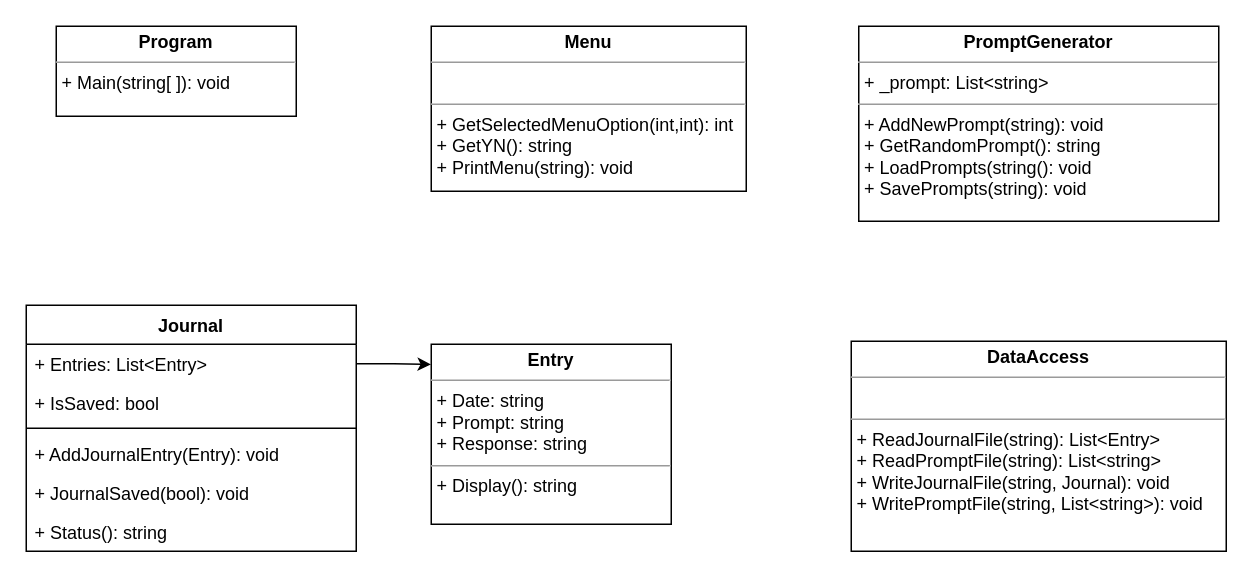
Above: prove/Develop02/ClassDiagram.drawio in pdmostert/cse210-hw (draw.io), before the change. Source tidied: cells renumbered, new cells numbered last; positions are measured from the earlier drawing's top-left corner, leaving out a move shared by most shapes. Both pictures are drawn from the tidied source at 150%, with x=0, y=0 at pixel (26, 26).
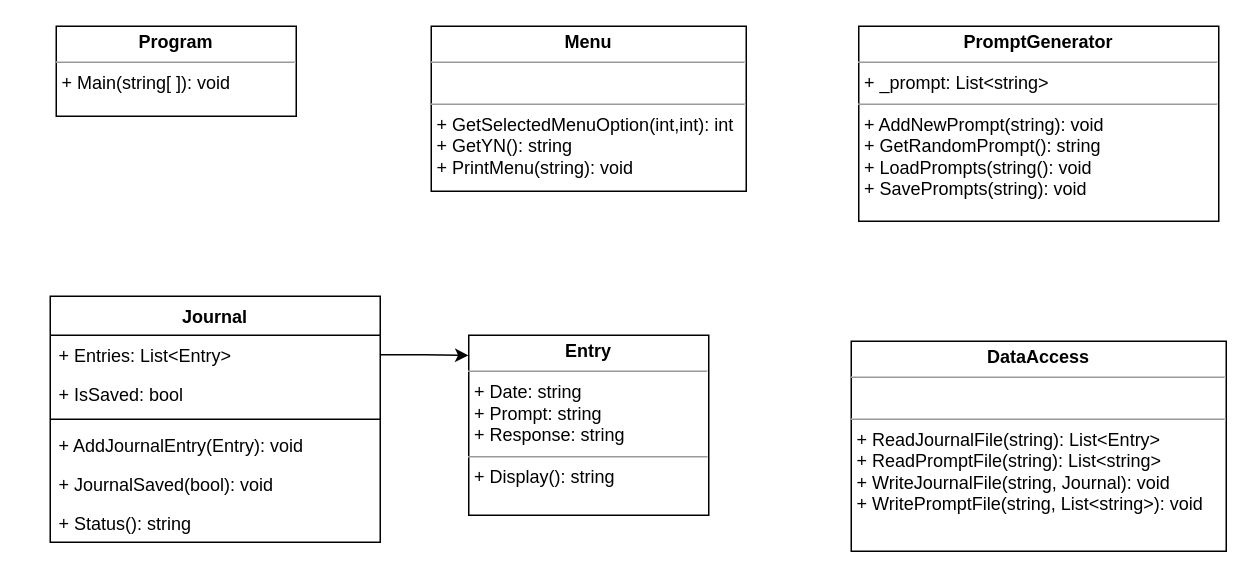
Above is the later version.

Commit message (it also covers changes not shown here):
Updated Entry get properties

What changed in the source:
```diff
@@
-<mxGraphModel>
+<mxGraphModel background="#ffffff">
   <root>
     <mxCell id="0" />
     <mxCell id="1" parent="0" />
-    <mxCell id="2" value="Journal" style="swimlane;fontStyle=1;align=center;verticalAlign=top;horizontal=1;startSize=26;" parent="1" vertex="1">
-      <mxGeometry y="186" width="220" height="164" as="geometry" />
+    <mxCell id="2" value="Journal" style="swimlane;fontStyle=1;align=center;verticalAlign=top;horizontal=1;startSize=26;labelBackgroundColor=default;" parent="1" vertex="1">
+      <mxGeometry x="16" y="180" width="220" height="164" as="geometry" />
     </mxCell>
-    <mxCell id="3" value="+ Entries: List&lt;Entry&gt;&#10;" style="text;strokeColor=none;fillColor=none;align=left;verticalAlign=top;spacingLeft=4;spacingRight=4;overflow=hidden;points=[[0,0.5],[1,0.5]];portConstraint=eastwest;" parent="2" vertex="1">
+    <mxCell id="3" value="+ Entries: List&lt;Entry&gt;" style="text;strokeColor=none;fillColor=none;align=left;verticalAlign=top;spacingLeft=4;spacingRight=4;overflow=hidden;points=[[0,0.5],[1,0.5]];portConstraint=eastwest;labelBorderColor=none;labelBackgroundColor=default;" parent="2" vertex="1">
       <mxGeometry y="26" width="220" height="26" as="geometry" />
     </mxCell>
-    <mxCell id="4" value="+ IsSaved: bool&#10;" style="text;strokeColor=none;fillColor=none;align=left;verticalAlign=top;spacingLeft=4;spacingRight=4;overflow=hidden;" parent="2" vertex="1">
+    <mxCell id="4" value="+ IsSaved: bool&#10;" style="text;strokeColor=none;fillColor=none;align=left;verticalAlign=top;spacingLeft=4;spacingRight=4;overflow=hidden;labelBackgroundColor=default;" parent="2" vertex="1">
       <mxGeometry y="52" width="220" height="26" as="geometry" />
     </mxCell>
     <mxCell id="5" style="line;strokeWidth=1;fillColor=none;align=left;verticalAlign=middle;spacingTop=-1;spacingLeft=3;spacingRight=3;labelPosition=right;" parent="2" vertex="1">
       <mxGeometry y="78" width="220" height="8" as="geometry" />
     </mxCell>
-    <mxCell id="6" value="+ AddJournalEntry(Entry): void" style="text;strokeColor=none;fillColor=none;align=left;verticalAlign=top;spacingLeft=4;spacingRight=4;overflow=hidden;" parent="2" vertex="1">
+    <mxCell id="6" value="+ AddJournalEntry(Entry): void" style="text;strokeColor=none;fillColor=none;align=left;verticalAlign=top;spacingLeft=4;spacingRight=4;overflow=hidden;labelBackgroundColor=default;" parent="2" vertex="1">
       <mxGeometry y="86" width="220" height="26" as="geometry" />
     </mxCell>
-    <mxCell id="7" value="+ JournalSaved(bool): void" style="text;strokeColor=none;fillColor=none;align=left;verticalAlign=top;spacingLeft=4;spacingRight=4;overflow=hidden;" parent="2" vertex="1">
+    <mxCell id="7" value="+ JournalSaved(bool): void" style="text;strokeColor=none;fillColor=none;align=left;verticalAlign=top;spacingLeft=4;spacingRight=4;overflow=hidden;labelBackgroundColor=default;" parent="2" vertex="1">
       <mxGeometry y="112" width="220" height="26" as="geometry" />
     </mxCell>
-    <mxCell id="8" value="+ Status(): string" style="text;strokeColor=none;fillColor=none;align=left;verticalAlign=top;spacingLeft=4;spacingRight=4;overflow=hidden;" parent="2" vertex="1">
+    <mxCell id="8" value="+ Status(): string" style="text;strokeColor=none;fillColor=none;align=left;verticalAlign=top;spacingLeft=4;spacingRight=4;overflow=hidden;labelBackgroundColor=default;" parent="2" vertex="1">
       <mxGeometry y="138" width="220" height="26" as="geometry" />
     </mxCell>
     <mxCell id="9" value="&lt;p style=&quot;margin:0px;margin-top:4px;text-align:center;&quot;&gt;&lt;b&gt;Entry&lt;/b&gt;&lt;/p&gt;&lt;hr size=&quot;1&quot;&gt;&lt;p style=&quot;margin:0px;margin-left:4px;&quot;&gt;+ Date: string&lt;/p&gt;&lt;p style=&quot;margin:0px;margin-left:4px;&quot;&gt;+ Prompt: string&lt;br&gt;&lt;/p&gt;&lt;p style=&quot;margin:0px;margin-left:4px;&quot;&gt;+ Response: string&lt;/p&gt;&lt;hr size=&quot;1&quot;&gt;&lt;p style=&quot;margin:0px;margin-left:4px;&quot;&gt;+ Display(): string&lt;/p&gt;" style="verticalAlign=top;align=left;overflow=fill;fontSize=12;fontFamily=Helvetica;html=1;" parent="1" vertex="1">
-      <mxGeometry x="270" y="212" width="160" height="120" as="geometry" />
+      <mxGeometry x="295" y="206" width="160" height="120" as="geometry" />
     </mxCell>
     <mxCell id="10" style="edgeStyle=orthogonalEdgeStyle;rounded=0;jettySize=auto;html=1;entryX=-0.001;entryY=0.112;entryDx=0;entryDy=0;entryPerimeter=0;" parent="1" edge="1" source="3" target="9">
       <mxGeometry relative="1" as="geometry" />
     </mxCell>
     <mxCell id="11" value="&lt;p style=&quot;margin:0px;margin-top:4px;text-align:center;&quot;&gt;&lt;b&gt;PromptGenerator&lt;/b&gt;&lt;/p&gt;&lt;hr size=&quot;1&quot;&gt;&lt;p style=&quot;margin:0px;margin-left:4px;&quot;&gt;+ _prompt: List&amp;lt;string&amp;gt;&lt;/p&gt;&lt;hr size=&quot;1&quot;&gt;&lt;p style=&quot;margin:0px;margin-left:4px;&quot;&gt;+ AddNewPrompt(string): void&lt;/p&gt;&lt;p style=&quot;margin:0px;margin-left:4px;&quot;&gt;+ GetRandomPrompt(): string&lt;br&gt;&lt;/p&gt;&lt;p style=&quot;margin:0px;margin-left:4px;&quot;&gt;+ LoadPrompts(string(): void&lt;br&gt;&lt;/p&gt;&lt;p style=&quot;margin:0px;margin-left:4px;&quot;&gt;+ SavePrompts(string): void&lt;br&gt;&lt;/p&gt;&lt;p style=&quot;margin:0px;margin-left:4px;&quot;&gt;&lt;br&gt;&lt;/p&gt;" style="verticalAlign=top;align=left;overflow=fill;fontSize=12;fontFamily=Helvetica;html=1;" parent="1" vertex="1">
       <mxGeometry x="555" width="240" height="130" as="geometry" />
     </mxCell>
     <mxCell id="12" value="&lt;p style=&quot;margin:0px;margin-top:4px;text-align:center;&quot;&gt;&lt;b&gt;Menu&lt;/b&gt;&lt;/p&gt;&lt;hr size=&quot;1&quot;&gt;&lt;p style=&quot;margin:0px;margin-left:4px;&quot;&gt;&lt;br&gt;&lt;/p&gt;&lt;hr size=&quot;1&quot;&gt;&lt;p style=&quot;margin:0px;margin-left:4px;&quot;&gt;+ GetSelectedMenuOption(int,int): int&lt;/p&gt;&lt;p style=&quot;margin:0px;margin-left:4px;&quot;&gt;&lt;span style=&quot;background-color: initial;&quot;&gt;+ GetYN(): string&lt;/span&gt;&lt;/p&gt;&lt;p style=&quot;margin:0px;margin-left:4px;&quot;&gt;+ PrintMenu(string): void&lt;br&gt;&lt;/p&gt;" style="verticalAlign=top;align=left;overflow=fill;fontSize=12;fontFamily=Helvetica;html=1;" parent="1" vertex="1">
       <mxGeometry x="270" width="210" height="110" as="geometry" />
     </mxCell>
     <mxCell id="13" value="&lt;p style=&quot;margin:0px;margin-top:4px;text-align:center;&quot;&gt;&lt;b&gt;DataAccess&lt;/b&gt;&lt;/p&gt;&lt;hr size=&quot;1&quot;&gt;&lt;p style=&quot;margin:0px;margin-left:4px;&quot;&gt;&lt;br&gt;&lt;/p&gt;&lt;hr size=&quot;1&quot;&gt;&lt;p style=&quot;margin:0px;margin-left:4px;&quot;&gt;+ ReadJournalFile(string): List&amp;lt;Entry&amp;gt;&lt;/p&gt;&lt;p style=&quot;margin:0px;margin-left:4px;&quot;&gt;+ ReadPromptFile(string): List&amp;lt;string&amp;gt;&lt;br&gt;&lt;/p&gt;&lt;p style=&quot;margin:0px;margin-left:4px;&quot;&gt;+ WriteJournalFile(string, Journal): void&lt;br&gt;&lt;/p&gt;&lt;p style=&quot;margin:0px;margin-left:4px;&quot;&gt;+ WritePromptFile(string, List&amp;lt;string&amp;gt;): void&lt;br&gt;&lt;/p&gt;" style="verticalAlign=top;align=left;overflow=fill;fontSize=12;fontFamily=Helvetica;html=1;" parent="1" vertex="1">
       <mxGeometry x="550" y="210" width="250" height="140" as="geometry" />
     </mxCell>
     <mxCell id="14" value="&lt;p style=&quot;margin:0px;margin-top:4px;text-align:center;&quot;&gt;&lt;b&gt;Program&lt;/b&gt;&lt;/p&gt;&lt;hr size=&quot;1&quot;&gt;&lt;p style=&quot;margin:0px;margin-left:4px;&quot;&gt;&lt;/p&gt;&lt;p style=&quot;margin:0px;margin-left:4px;&quot;&gt;+ Main(string[ ]): void&lt;/p&gt;" style="verticalAlign=top;align=left;overflow=fill;fontSize=12;fontFamily=Helvetica;html=1;" parent="1" vertex="1">
       <mxGeometry x="20" width="160" height="60" as="geometry" />
     </mxCell>
   </root>
 </mxGraphModel>
```
